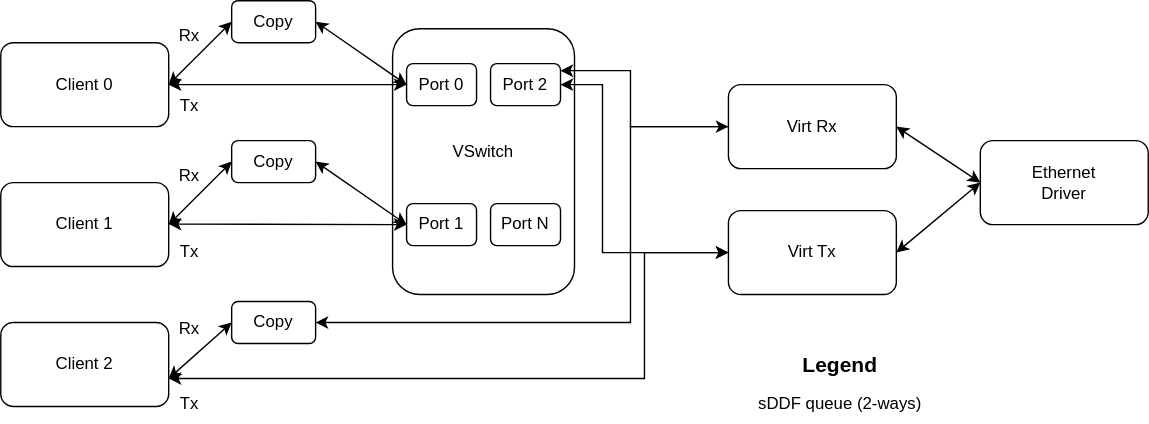
Before: docs/network/imgs/vswitch.svg, a diagram exported from draw.io (au-ts/sddf). Source tidied: cells renumbered, new cells last; positions are measured from the earlier drawing's top-left corner, leaving out a move shared by most shapes. The source it was exported from:
```xml
<mxGraphModel>
  <root>
    <mxCell id="0" />
    <mxCell id="1" parent="0" />
    <mxCell id="2" value="Client 0" style="rounded=1;whiteSpace=wrap;html=1;" parent="1" vertex="1">
      <mxGeometry y="30" width="120" height="60" as="geometry" />
    </mxCell>
    <mxCell id="3" value="&lt;div&gt;Client 1&lt;/div&gt;" style="rounded=1;whiteSpace=wrap;html=1;" parent="1" vertex="1">
      <mxGeometry y="130" width="120" height="60" as="geometry" />
    </mxCell>
    <mxCell id="4" value="Copy" style="rounded=1;whiteSpace=wrap;html=1;" parent="1" vertex="1">
      <mxGeometry x="165" width="60" height="30" as="geometry" />
    </mxCell>
    <mxCell id="5" value="Copy" style="rounded=1;whiteSpace=wrap;html=1;" parent="1" vertex="1">
      <mxGeometry x="165" y="100" width="60" height="30" as="geometry" />
    </mxCell>
    <mxCell id="6" value="&lt;div&gt;Client 2&lt;/div&gt;" style="rounded=1;whiteSpace=wrap;html=1;" parent="1" vertex="1">
      <mxGeometry y="230" width="120" height="60" as="geometry" />
    </mxCell>
    <mxCell id="7" value="&lt;div&gt;VSwitch&lt;br&gt;&lt;br&gt;&lt;/div&gt;" style="rounded=1;whiteSpace=wrap;html=1;" parent="1" vertex="1">
      <mxGeometry x="280" y="20" width="130" height="190" as="geometry" />
    </mxCell>
    <mxCell id="8" value="Copy" style="rounded=1;whiteSpace=wrap;html=1;" parent="1" vertex="1">
      <mxGeometry x="165" y="215" width="60" height="30" as="geometry" />
    </mxCell>
    <mxCell id="9" value="Virt Rx" style="rounded=1;whiteSpace=wrap;html=1;" parent="1" vertex="1">
      <mxGeometry x="520" y="60" width="120" height="60" as="geometry" />
    </mxCell>
    <mxCell id="10" value="Virt Tx" style="rounded=1;whiteSpace=wrap;html=1;" parent="1" vertex="1">
      <mxGeometry x="520" y="150" width="120" height="60" as="geometry" />
    </mxCell>
    <mxCell id="11" value="Ethernet&lt;br&gt;Driver" style="rounded=1;whiteSpace=wrap;html=1;" parent="1" vertex="1">
      <mxGeometry x="700" y="100" width="120" height="60" as="geometry" />
    </mxCell>
    <mxCell id="12" style="endArrow=classic;html=1;rounded=0;entryX=1;entryY=0.5;entryDx=0;entryDy=0;exitX=0;exitY=0.5;exitDx=0;exitDy=0;startArrow=classic;startFill=1;" parent="1" edge="1" source="4" target="2">
      <mxGeometry relative="1" as="geometry" />
    </mxCell>
    <mxCell id="13" style="endArrow=classic;html=1;rounded=0;entryX=1;entryY=0.5;entryDx=0;entryDy=0;exitX=0;exitY=0.5;exitDx=0;exitDy=0;startArrow=classic;startFill=1;" parent="1" edge="1" source="21" target="4">
      <mxGeometry relative="1" as="geometry" />
    </mxCell>
    <mxCell id="14" style="endArrow=classic;html=1;rounded=0;entryX=0;entryY=0.5;entryDx=0;entryDy=0;exitX=1;exitY=0.5;exitDx=0;exitDy=0;startArrow=classic;startFill=1;" parent="1" edge="1" source="2" target="21">
      <mxGeometry relative="1" as="geometry" />
    </mxCell>
    <mxCell id="15" style="endArrow=classic;html=1;rounded=0;entryX=1;entryY=0.5;entryDx=0;entryDy=0;exitX=0;exitY=0.5;exitDx=0;exitDy=0;startArrow=classic;startFill=1;" parent="1" edge="1" source="22" target="5">
      <mxGeometry relative="1" as="geometry" />
    </mxCell>
    <mxCell id="16" style="endArrow=classic;html=1;rounded=0;exitX=0;exitY=0.5;exitDx=0;exitDy=0;startArrow=classic;startFill=1;" parent="1" edge="1" source="5">
      <mxGeometry relative="1" as="geometry">
        <mxPoint x="120" y="160" as="targetPoint" />
      </mxGeometry>
    </mxCell>
    <mxCell id="17" style="endArrow=classic;html=1;rounded=0;entryX=0;entryY=0.5;entryDx=0;entryDy=0;exitX=1;exitY=0.5;exitDx=0;exitDy=0;startArrow=classic;startFill=1;" parent="1" edge="1" target="22">
      <mxGeometry relative="1" as="geometry">
        <mxPoint x="120" y="159.7" as="sourcePoint" />
      </mxGeometry>
    </mxCell>
    <mxCell id="18" style="endArrow=classic;html=1;rounded=0;entryX=0;entryY=0.5;entryDx=0;entryDy=0;exitX=1;exitY=0.5;exitDx=0;exitDy=0;startArrow=classic;startFill=1;" parent="1" edge="1" target="10">
      <mxGeometry relative="1" as="geometry">
        <mxPoint x="120" y="270" as="sourcePoint" />
        <Array as="points">
          <mxPoint x="460" y="270" />
          <mxPoint x="460" y="180" />
        </Array>
      </mxGeometry>
    </mxCell>
    <mxCell id="19" style="endArrow=classic;html=1;rounded=0;exitX=0;exitY=0.5;exitDx=0;exitDy=0;entryX=1;entryY=0.5;entryDx=0;entryDy=0;startArrow=classic;startFill=1;" parent="1" edge="1" source="9" target="8">
      <mxGeometry relative="1" as="geometry">
        <Array as="points">
          <mxPoint x="450" y="90" />
          <mxPoint x="450" y="230" />
        </Array>
      </mxGeometry>
    </mxCell>
    <mxCell id="20" style="endArrow=classic;html=1;rounded=0;exitX=0;exitY=0.5;exitDx=0;exitDy=0;startArrow=classic;startFill=1;" parent="1" edge="1" source="8">
      <mxGeometry relative="1" as="geometry">
        <mxPoint x="120" y="270" as="targetPoint" />
      </mxGeometry>
    </mxCell>
    <mxCell id="21" value="Port 0" style="rounded=1;whiteSpace=wrap;html=1;" parent="1" vertex="1">
      <mxGeometry x="290" y="45" width="50" height="30" as="geometry" />
    </mxCell>
    <mxCell id="22" value="Port 1" style="rounded=1;whiteSpace=wrap;html=1;" parent="1" vertex="1">
      <mxGeometry x="290" y="145" width="50" height="30" as="geometry" />
    </mxCell>
    <mxCell id="23" value="Port 2" style="rounded=1;whiteSpace=wrap;html=1;" parent="1" vertex="1">
      <mxGeometry x="350" y="45" width="50" height="30" as="geometry" />
    </mxCell>
    <mxCell id="24" value="Port N" style="rounded=1;whiteSpace=wrap;html=1;" parent="1" vertex="1">
      <mxGeometry x="350" y="145" width="50" height="30" as="geometry" />
    </mxCell>
    <mxCell id="25" style="endArrow=classic;html=1;rounded=0;exitX=0;exitY=0.5;exitDx=0;exitDy=0;" parent="1" edge="1" source="9">
      <mxGeometry relative="1" as="geometry">
        <mxPoint x="400" y="50" as="targetPoint" />
        <Array as="points">
          <mxPoint x="450" y="90" />
          <mxPoint x="450" y="50" />
        </Array>
      </mxGeometry>
    </mxCell>
    <mxCell id="26" style="endArrow=classic;html=1;rounded=0;entryX=0;entryY=0.5;entryDx=0;entryDy=0;startArrow=classic;startFill=1;" parent="1" edge="1" target="10">
      <mxGeometry relative="1" as="geometry">
        <mxPoint x="400" y="60" as="sourcePoint" />
        <Array as="points">
          <mxPoint x="430" y="60" />
          <mxPoint x="430" y="180" />
        </Array>
      </mxGeometry>
    </mxCell>
    <mxCell id="27" style="endArrow=classic;html=1;rounded=0;entryX=1;entryY=0.5;entryDx=0;entryDy=0;exitX=0;exitY=0.5;exitDx=0;exitDy=0;startArrow=classic;startFill=1;" parent="1" edge="1" source="11" target="9">
      <mxGeometry relative="1" as="geometry" />
    </mxCell>
    <mxCell id="28" style="endArrow=classic;html=1;rounded=0;entryX=0;entryY=0.5;entryDx=0;entryDy=0;exitX=1;exitY=0.5;exitDx=0;exitDy=0;startArrow=classic;startFill=1;" parent="1" edge="1" source="10" target="11">
      <mxGeometry relative="1" as="geometry" />
    </mxCell>
    <mxCell id="29" value="&lt;font style=&quot;font-size: 15px;&quot;&gt;&lt;b&gt;Legend&lt;/b&gt;&lt;/font&gt;" style="text;html=1;whiteSpace=wrap;strokeColor=none;fillColor=none;align=center;verticalAlign=middle;rounded=0;" parent="1" vertex="1">
      <mxGeometry x="570" y="245" width="60" height="30" as="geometry" />
    </mxCell>
    <mxCell id="30" value="sDDF queue (2-ways)" style="rounded=0;whiteSpace=wrap;html=1;fillColor=light-dark(#FFFFFF,#000000);strokeColor=none;" parent="1" vertex="1">
      <mxGeometry x="525" y="275" width="150" height="25" as="geometry" />
    </mxCell>
    <mxCell id="31" value="Tx" style="text;html=1;whiteSpace=wrap;strokeColor=none;fillColor=none;align=center;verticalAlign=middle;rounded=0;" parent="1" vertex="1">
      <mxGeometry x="105" y="272.5" width="60" height="30" as="geometry" />
    </mxCell>
    <mxCell id="32" value="Rx" style="text;html=1;whiteSpace=wrap;strokeColor=none;fillColor=none;align=center;verticalAlign=middle;rounded=0;" parent="1" vertex="1">
      <mxGeometry x="105" y="220" width="60" height="30" as="geometry" />
    </mxCell>
    <mxCell id="33" value="Tx" style="text;html=1;whiteSpace=wrap;strokeColor=none;fillColor=none;align=center;verticalAlign=middle;rounded=0;" parent="1" vertex="1">
      <mxGeometry x="105" y="165" width="60" height="30" as="geometry" />
    </mxCell>
    <mxCell id="34" value="Rx" style="text;html=1;whiteSpace=wrap;strokeColor=none;fillColor=none;align=center;verticalAlign=middle;rounded=0;" parent="1" vertex="1">
      <mxGeometry x="105" y="110" width="60" height="30" as="geometry" />
    </mxCell>
    <mxCell id="35" value="Tx" style="text;html=1;whiteSpace=wrap;strokeColor=none;fillColor=none;align=center;verticalAlign=middle;rounded=0;" parent="1" vertex="1">
      <mxGeometry x="105" y="60" width="60" height="30" as="geometry" />
    </mxCell>
    <mxCell id="36" value="Rx" style="text;html=1;whiteSpace=wrap;strokeColor=none;fillColor=none;align=center;verticalAlign=middle;rounded=0;" parent="1" vertex="1">
      <mxGeometry x="105" y="10" width="60" height="30" as="geometry" />
    </mxCell>
  </root>
</mxGraphModel>
```
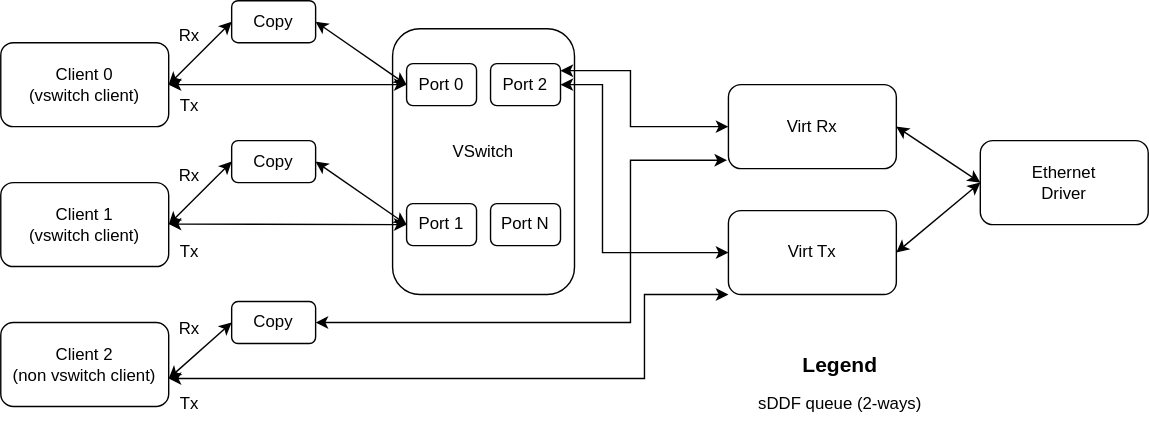
The same diagram one commit later.

Change to the diagram source:
```diff
@@ -2,10 +2,10 @@
   <root>
     <mxCell id="0" />
     <mxCell id="1" parent="0" />
-    <mxCell id="2" value="Client 0" style="rounded=1;whiteSpace=wrap;html=1;" parent="1" vertex="1">
+    <mxCell id="2" value="Client 0&lt;div&gt;(vswitch client)&lt;br&gt;&lt;/div&gt;" style="rounded=1;whiteSpace=wrap;html=1;" parent="1" vertex="1">
       <mxGeometry y="30" width="120" height="60" as="geometry" />
     </mxCell>
-    <mxCell id="3" value="&lt;div&gt;Client 1&lt;/div&gt;" style="rounded=1;whiteSpace=wrap;html=1;" parent="1" vertex="1">
+    <mxCell id="3" value="&lt;div&gt;Client 1&lt;/div&gt;&lt;div&gt;(vswitch client)&lt;/div&gt;" style="rounded=1;whiteSpace=wrap;html=1;" parent="1" vertex="1">
       <mxGeometry y="130" width="120" height="60" as="geometry" />
     </mxCell>
     <mxCell id="4" value="Copy" style="rounded=1;whiteSpace=wrap;html=1;" parent="1" vertex="1">
@@ -14,7 +14,7 @@
     <mxCell id="5" value="Copy" style="rounded=1;whiteSpace=wrap;html=1;" parent="1" vertex="1">
       <mxGeometry x="165" y="100" width="60" height="30" as="geometry" />
     </mxCell>
-    <mxCell id="6" value="&lt;div&gt;Client 2&lt;/div&gt;" style="rounded=1;whiteSpace=wrap;html=1;" parent="1" vertex="1">
+    <mxCell id="6" value="&lt;div&gt;Client 2&lt;/div&gt;&lt;div&gt;(non vswitch client)&lt;/div&gt;" style="rounded=1;whiteSpace=wrap;html=1;" parent="1" vertex="1">
       <mxGeometry y="230" width="120" height="60" as="geometry" />
     </mxCell>
     <mxCell id="7" value="&lt;div&gt;VSwitch&lt;br&gt;&lt;br&gt;&lt;/div&gt;" style="rounded=1;whiteSpace=wrap;html=1;" parent="1" vertex="1">
@@ -54,19 +54,19 @@
         <mxPoint x="120" y="159.7" as="sourcePoint" />
       </mxGeometry>
     </mxCell>
-    <mxCell id="18" style="endArrow=classic;html=1;rounded=0;entryX=0;entryY=0.5;entryDx=0;entryDy=0;exitX=1;exitY=0.5;exitDx=0;exitDy=0;startArrow=classic;startFill=1;" parent="1" edge="1" target="10">
+    <mxCell id="18" style="endArrow=classic;html=1;rounded=0;entryX=0;entryY=1;entryDx=0;entryDy=0;exitX=1;exitY=0.5;exitDx=0;exitDy=0;startArrow=classic;startFill=1;" parent="1" edge="1" target="10">
       <mxGeometry relative="1" as="geometry">
         <mxPoint x="120" y="270" as="sourcePoint" />
         <Array as="points">
           <mxPoint x="460" y="270" />
-          <mxPoint x="460" y="180" />
+          <mxPoint x="460" y="210" />
         </Array>
       </mxGeometry>
     </mxCell>
-    <mxCell id="19" style="endArrow=classic;html=1;rounded=0;exitX=0;exitY=0.5;exitDx=0;exitDy=0;entryX=1;entryY=0.5;entryDx=0;entryDy=0;startArrow=classic;startFill=1;" parent="1" edge="1" source="9" target="8">
+    <mxCell id="19" style="endArrow=classic;html=1;rounded=0;exitX=-0.008;exitY=0.9;exitDx=0;exitDy=0;entryX=1;entryY=0.5;entryDx=0;entryDy=0;startArrow=classic;startFill=1;exitPerimeter=0;" parent="1" edge="1" source="9" target="8">
       <mxGeometry relative="1" as="geometry">
         <Array as="points">
-          <mxPoint x="450" y="90" />
+          <mxPoint x="450" y="114" />
           <mxPoint x="450" y="230" />
         </Array>
       </mxGeometry>
@@ -88,7 +88,7 @@
     <mxCell id="24" value="Port N" style="rounded=1;whiteSpace=wrap;html=1;" parent="1" vertex="1">
       <mxGeometry x="350" y="145" width="50" height="30" as="geometry" />
     </mxCell>
-    <mxCell id="25" style="endArrow=classic;html=1;rounded=0;exitX=0;exitY=0.5;exitDx=0;exitDy=0;" parent="1" edge="1" source="9">
+    <mxCell id="25" style="endArrow=classic;html=1;rounded=0;exitX=0;exitY=0.5;exitDx=0;exitDy=0;startArrow=classic;startFill=1;" parent="1" edge="1" source="9">
       <mxGeometry relative="1" as="geometry">
         <mxPoint x="400" y="50" as="targetPoint" />
         <Array as="points">
```
